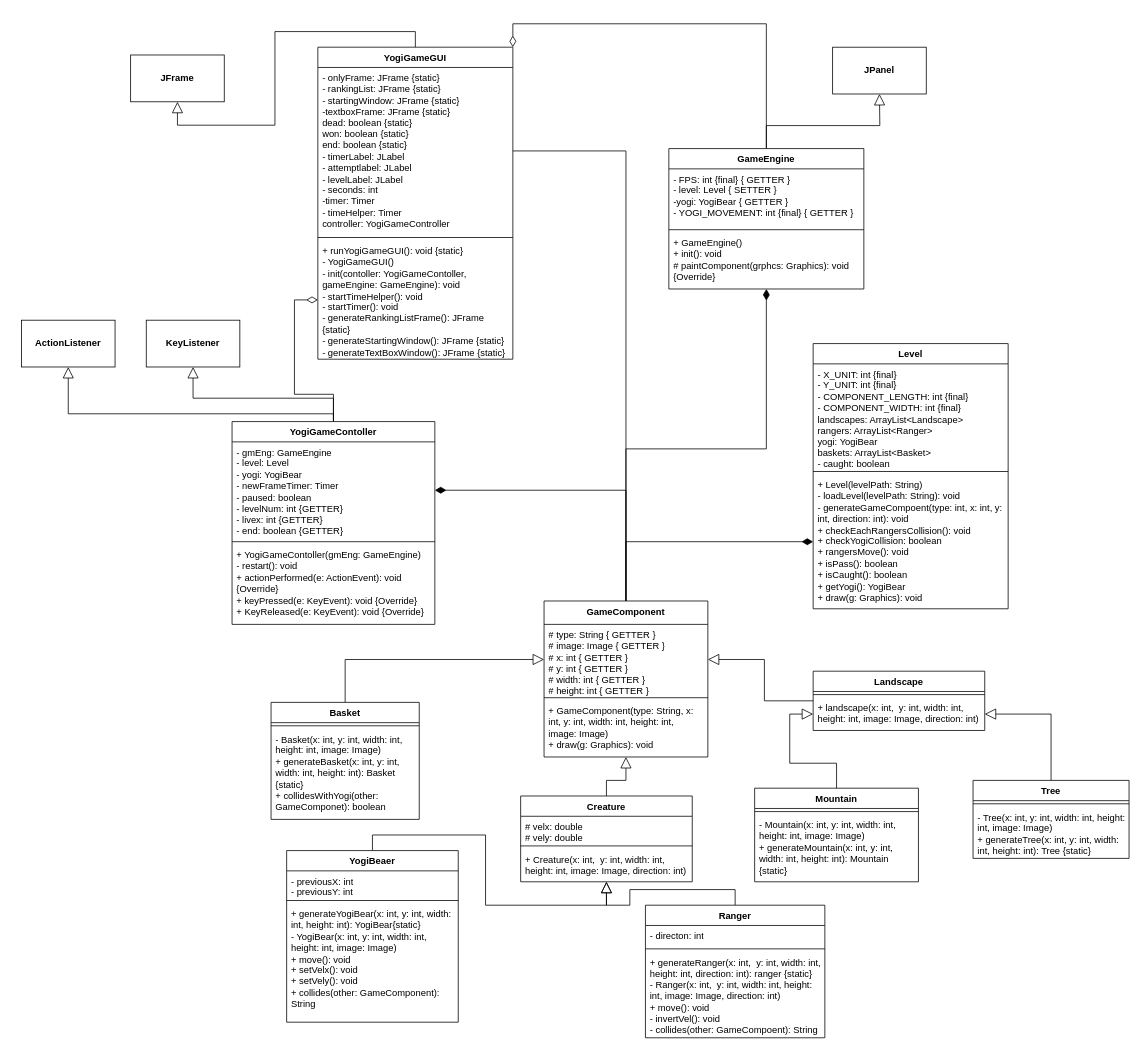
Above: thirdAssignment.drawio in summertx/uml (draw.io), before the change. Source tidied: cells renumbered, new cells numbered last; positions are measured from the earlier drawing's top-left corner, leaving out a move shared by most shapes. Both pictures are drawn from the tidied source at 78%, with x=0, y=0 at pixel (21, 47).
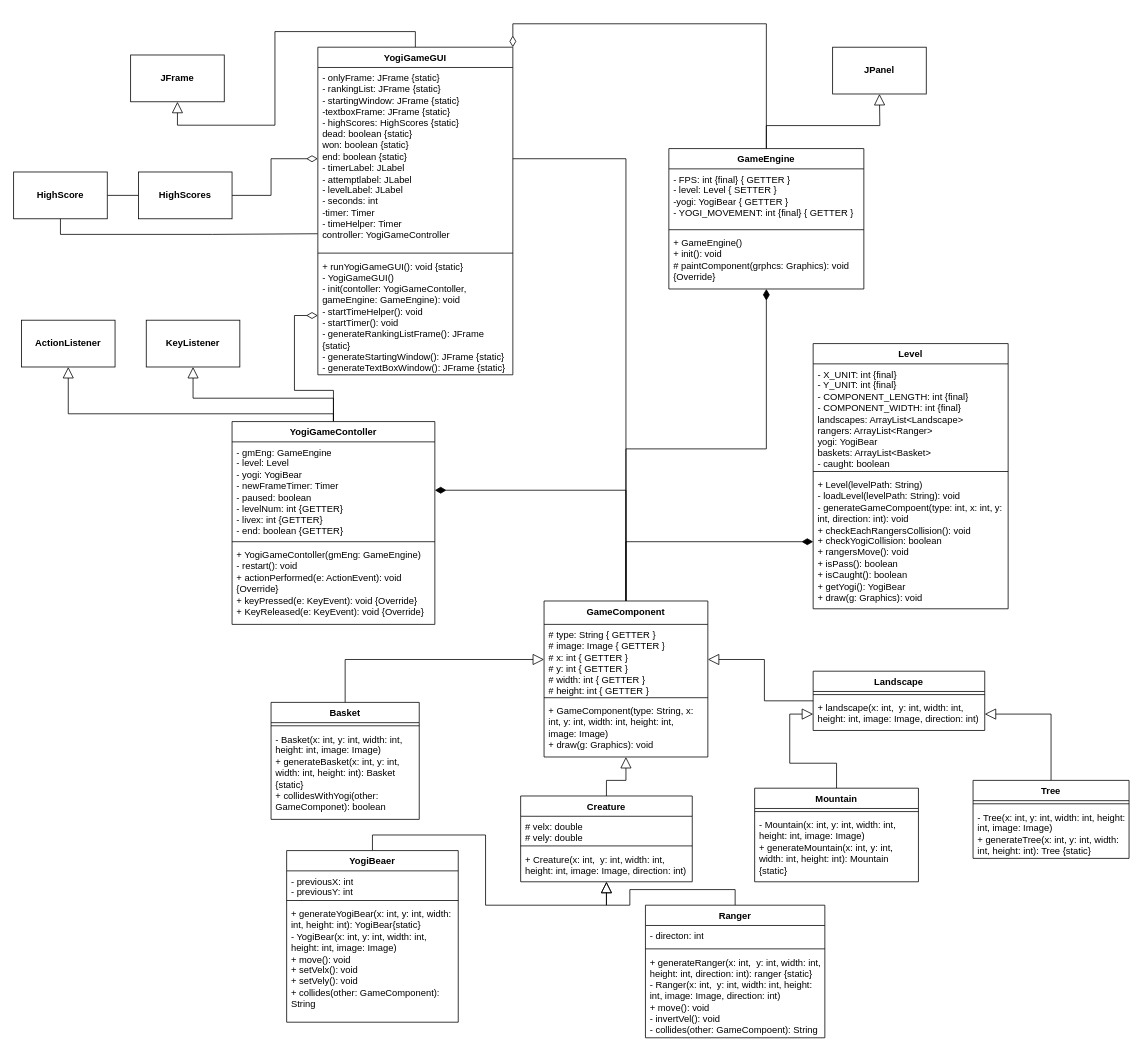
After the change.

The change refers to these unchanged cells:
```xml
<mxCell id="58" value="YogiGameContoller" style="swimlane;fontStyle=1;align=center;verticalAlign=top;horizontal=1;startSize=26;whiteSpace=wrap;html=1;" parent="1" vertex="1">
  <mxGeometry x="270" y="480" width="260" height="260" as="geometry" />
</mxCell>
```

Diff of the diagram source:
```diff
@@
     <mxCell id="47" value="YogiGameGUI" style="swimlane;fontStyle=1;align=center;verticalAlign=top;horizontal=1;startSize=26;whiteSpace=wrap;html=1;" parent="1" vertex="1">
-      <mxGeometry x="380" width="250" height="400" as="geometry" />
+      <mxGeometry x="380" width="250" height="420" as="geometry" />
     </mxCell>
-    <mxCell id="48" value="- onlyFrame: JFrame {static}&lt;div&gt;- rankingList: JFrame {static}&lt;/div&gt;&lt;div&gt;- startingWindow: JFrame {static}&lt;/div&gt;&lt;div&gt;-textboxFrame: JFrame {static}&lt;/div&gt;&lt;div&gt;dead: boolean {static}&lt;/div&gt;&lt;div&gt;won: boolean {static}&lt;/div&gt;&lt;div&gt;end: boolean {static}&lt;/div&gt;&lt;div&gt;- timerLabel: JLabel&lt;/div&gt;&lt;div&gt;- attemptlabel: JLabel&lt;/div&gt;&lt;div&gt;- levelLabel: JLabel&amp;nbsp;&lt;/div&gt;&lt;div&gt;- seconds: int&amp;nbsp;&lt;/div&gt;&lt;div&gt;-timer: Timer&lt;/div&gt;&lt;div&gt;- timeHelper: Timer&lt;/div&gt;&lt;div&gt;controller: YogiGameController&lt;/div&gt;" style="text;strokeColor=none;fillColor=none;align=left;verticalAlign=top;spacingLeft=4;spacingRight=4;overflow=hidden;points=[[0,0.5],[1,0.5]];portConstraint=eastwest;whiteSpace=wrap;html=1;" parent="47" vertex="1">
-      <mxGeometry y="26" width="250" height="214" as="geometry" />
+    <mxCell id="48" value="- onlyFrame: JFrame {static}&lt;div&gt;- rankingList: JFrame {static}&lt;/div&gt;&lt;div&gt;- startingWindow: JFrame {static}&lt;/div&gt;&lt;div&gt;-textboxFrame: JFrame {static}&lt;/div&gt;&lt;div&gt;- highScores: HighScores {static}&lt;/div&gt;&lt;div&gt;dead: boolean {static}&lt;/div&gt;&lt;div&gt;won: boolean {static}&lt;/div&gt;&lt;div&gt;end: boolean {static}&lt;/div&gt;&lt;div&gt;- timerLabel: JLabel&lt;/div&gt;&lt;div&gt;- attemptlabel: JLabel&lt;/div&gt;&lt;div&gt;- levelLabel: JLabel&amp;nbsp;&lt;/div&gt;&lt;div&gt;- seconds: int&amp;nbsp;&lt;/div&gt;&lt;div&gt;-timer: Timer&lt;/div&gt;&lt;div&gt;- timeHelper: Timer&lt;/div&gt;&lt;div&gt;controller: YogiGameController&lt;/div&gt;" style="text;strokeColor=none;fillColor=none;align=left;verticalAlign=top;spacingLeft=4;spacingRight=4;overflow=hidden;points=[[0,0.5],[1,0.5]];portConstraint=eastwest;whiteSpace=wrap;html=1;" parent="47" vertex="1">
+      <mxGeometry y="26" width="250" height="234" as="geometry" />
     </mxCell>
     <mxCell id="49" style="line;strokeWidth=1;fillColor=none;align=left;verticalAlign=middle;spacingTop=-1;spacingLeft=3;spacingRight=3;labelPosition=right;strokeColor=inherit;" parent="47" vertex="1">
-      <mxGeometry y="240" width="250" height="8" as="geometry" />
+      <mxGeometry y="260" width="250" height="8" as="geometry" />
     </mxCell>
     <mxCell id="50" value="+ runYogiGameGUI(): void {static}&lt;div&gt;- YogiGameGUI()&lt;/div&gt;&lt;div&gt;- init(contoller: YogiGameContoller, gameEngine: GameEngine): void&lt;/div&gt;&lt;div&gt;- startTimeHelper(): void&lt;/div&gt;&lt;div&gt;- startTimer(): void&lt;/div&gt;&lt;div&gt;- generateRankingListFrame(): JFrame {static}&lt;/div&gt;&lt;div&gt;- generateStartingWindow(): JFrame {static}&lt;/div&gt;&lt;div&gt;- generateTextBoxWindow(): JFrame {static}&lt;/div&gt;" style="text;strokeColor=none;fillColor=none;align=left;verticalAlign=top;spacingLeft=4;spacingRight=4;overflow=hidden;points=[[0,0.5],[1,0.5]];portConstraint=eastwest;whiteSpace=wrap;html=1;" parent="47" vertex="1">
-      <mxGeometry y="248" width="250" height="152" as="geometry" />
+      <mxGeometry y="268" width="250" height="152" as="geometry" />
     </mxCell>
@@
     <mxCell id="55" style="edgeStyle=orthogonalEdgeStyle;rounded=0;jettySize=auto;html=1;exitX=0.5;exitY=0;exitDx=0;exitDy=0;entryX=0;entryY=0.5;entryDx=0;entryDy=0;endArrow=diamondThin;endFill=0;endSize=12;" parent="1" edge="1" source="58" target="50">
-      <mxGeometry relative="1" as="geometry" />
+      <mxGeometry relative="1" as="geometry">
+        <Array as="points">
+          <mxPoint x="400" y="440" />
+          <mxPoint x="350" y="440" />
+          <mxPoint x="350" y="344" />
+        </Array>
+      </mxGeometry>
     </mxCell>
@@
+    <mxCell id="67" style="edgeStyle=orthogonalEdgeStyle;rounded=0;jettySize=auto;html=1;entryX=0;entryY=0.5;entryDx=0;entryDy=0;endArrow=diamondThin;endFill=0;endSize=12;" parent="1" edge="1" source="68" target="48">
+      <mxGeometry relative="1" as="geometry" />
+    </mxCell>
+    <mxCell id="68" value="&lt;b&gt;HighScores&lt;/b&gt;" style="rounded=0;whiteSpace=wrap;html=1;" parent="1" vertex="1">
+      <mxGeometry x="150" y="160" width="120" height="60" as="geometry" />
+    </mxCell>
+    <mxCell id="69" style="edgeStyle=orthogonalEdgeStyle;rounded=0;jettySize=auto;html=1;exitX=1;exitY=0.5;exitDx=0;exitDy=0;entryX=0;entryY=0.5;entryDx=0;entryDy=0;endArrow=none;endFill=0;" parent="1" edge="1" source="70" target="68">
+      <mxGeometry relative="1" as="geometry" />
+    </mxCell>
+    <mxCell id="70" value="&lt;b&gt;HighScore&lt;/b&gt;" style="rounded=0;whiteSpace=wrap;html=1;" parent="1" vertex="1">
+      <mxGeometry x="-10" y="160" width="120" height="60" as="geometry" />
+    </mxCell>
+    <mxCell id="71" style="edgeStyle=orthogonalEdgeStyle;rounded=0;jettySize=auto;html=1;exitX=0.5;exitY=1;exitDx=0;exitDy=0;entryX=-0.001;entryY=0.911;entryDx=0;entryDy=0;entryPerimeter=0;endArrow=none;endFill=0;" parent="1" edge="1" source="70" target="48">
+      <mxGeometry relative="1" as="geometry" />
+    </mxCell>
```
